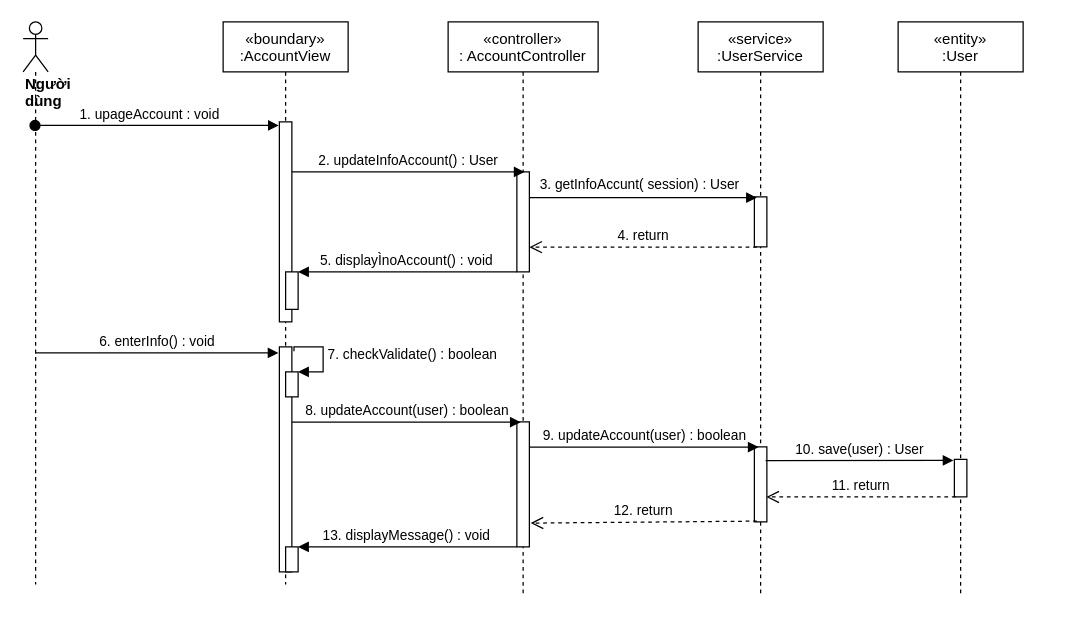
Before: sequence diagram/updateInfoAccount.drawio in nguyenphamvan/datn_20202, a draw.io diagram. Source tidied: cells renumbered, new cells numbered last; positions are measured from the earlier drawing's top-left corner, leaving out a move shared by most shapes. Both pictures are drawn from the tidied source at 125%, with x=0, y=0 at pixel (22, 21).
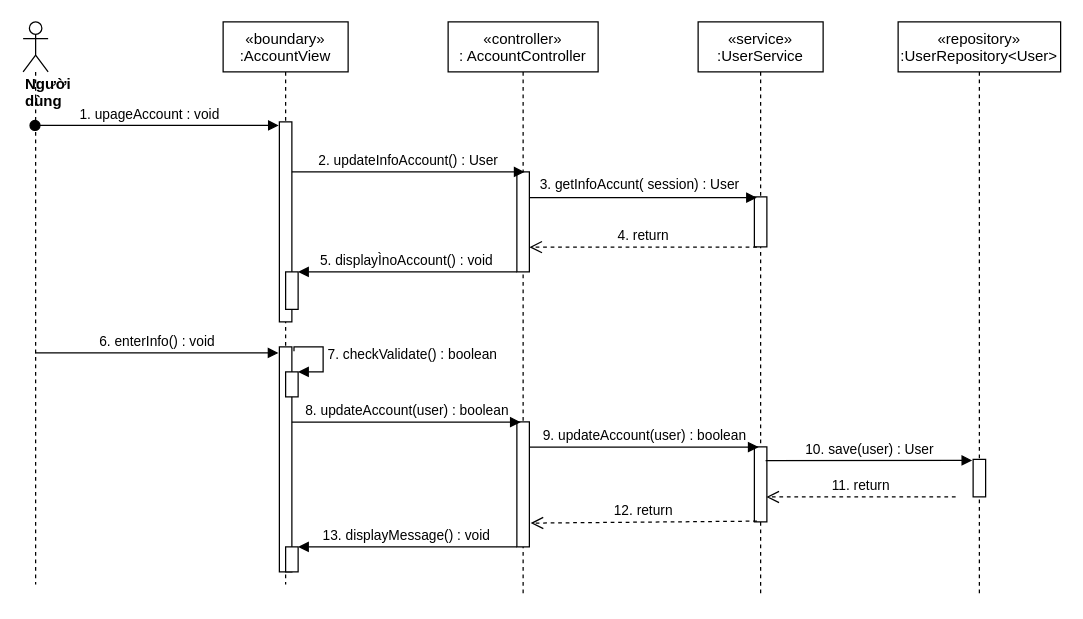
Above is the later version.

The edit, as a diff of the source:
```diff
@@
-    <mxCell id="19" value="«entity»&#10;:User" style="shape=umlLifeline;perimeter=lifelinePerimeter;rounded=0;shadow=0;strokeWidth=1;" parent="1" vertex="1">
-      <mxGeometry x="700" width="100" height="460" as="geometry" />
+    <mxCell id="19" value="«repository»&#10;:UserRepository&lt;User&gt;" style="shape=umlLifeline;perimeter=lifelinePerimeter;rounded=0;shadow=0;strokeWidth=1;" parent="1" vertex="1">
+      <mxGeometry x="700" width="130" height="460" as="geometry" />
     </mxCell>
     <mxCell id="20" style="points=[];perimeter=orthogonalPerimeter;rounded=0;shadow=0;strokeWidth=1;" parent="19" vertex="1">
-      <mxGeometry x="45" y="350" width="10" height="30" as="geometry" />
+      <mxGeometry x="60" y="350" width="10" height="30" as="geometry" />
     </mxCell>
```
